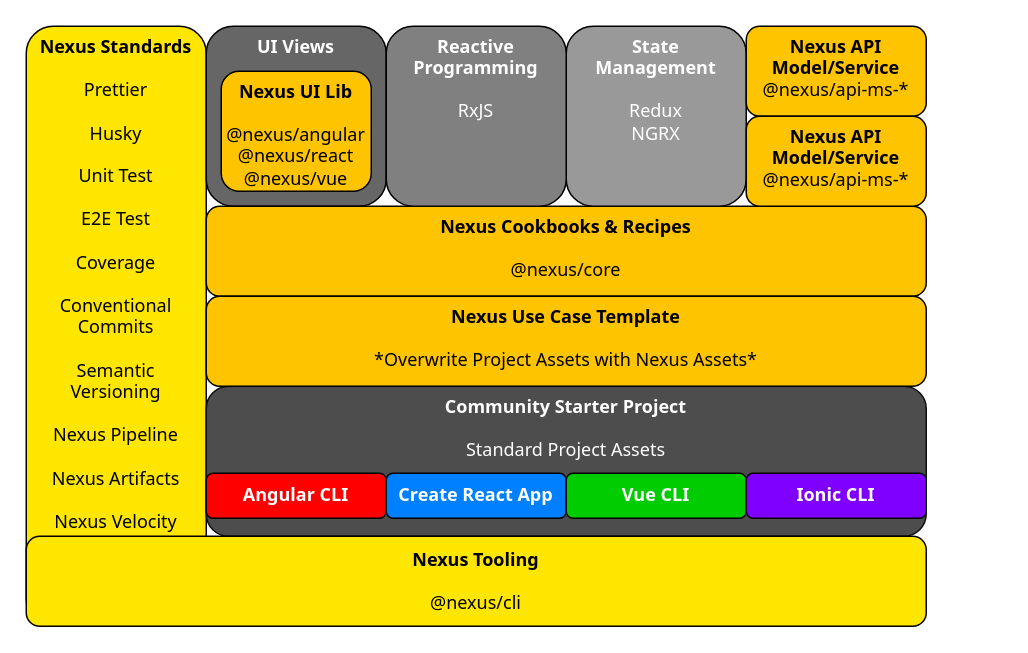
The draw.io diagram Nexus UI Arch.drawio in hikumealan/draw-io-diagrams, before the edit. Source tidied: cells renumbered, new cells numbered last; positions are measured from the earlier drawing's top-left corner, leaving out a move shared by most shapes. Both pictures are drawn from the tidied source at 150%, with x=0, y=0 at pixel (26, 26).
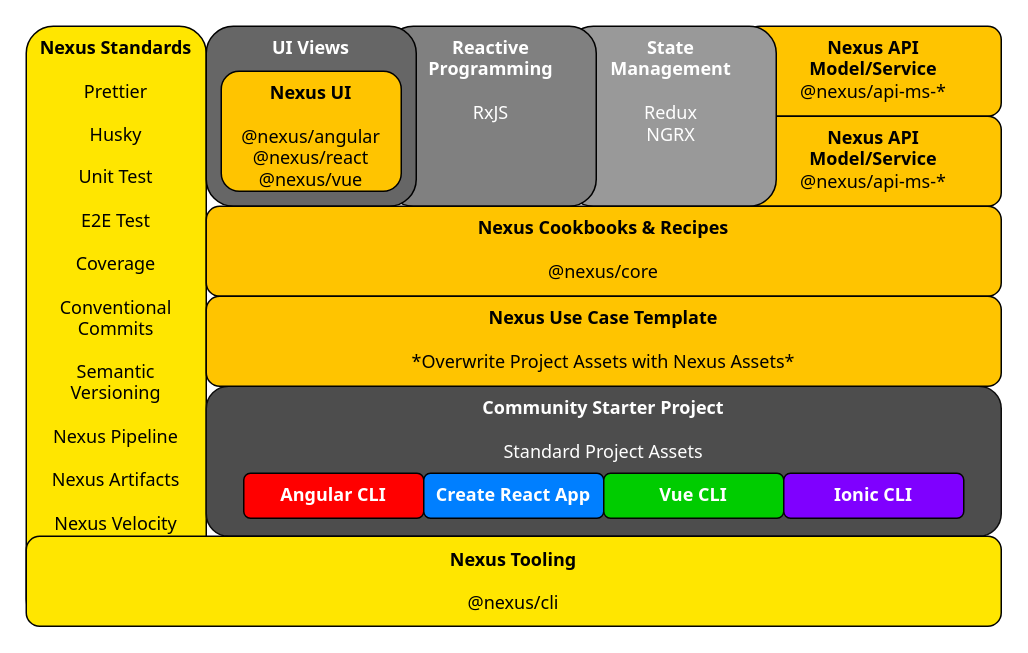
After the change.

Change to the diagram source:
```diff
@@
 <mxGraphModel>
   <root>
     <mxCell id="0" />
     <mxCell id="1" parent="0" />
+    <mxCell id="15" value="&lt;b&gt;Nexus API &lt;br&gt;Model/Service&lt;/b&gt;&lt;br&gt;@nexus/api-ms-*" style="rounded=1;whiteSpace=wrap;html=1;verticalAlign=top;fillColor=#FFC400;fontFamily=Tahoma;spacing=3;" parent="1" vertex="1">
+      <mxGeometry x="480" width="170" height="60" as="geometry" />
+    </mxCell>
+    <mxCell id="16" value="&lt;b&gt;Nexus API &lt;br&gt;Model/Service&lt;/b&gt;&lt;br&gt;@nexus/api-ms-*" style="rounded=1;whiteSpace=wrap;html=1;verticalAlign=top;fillColor=#FFC400;fontFamily=Tahoma;spacing=3;" parent="1" vertex="1">
+      <mxGeometry x="480" y="60" width="170" height="60" as="geometry" />
+    </mxCell>
+    <mxCell id="11" value="&lt;b&gt;State &lt;br&gt;Management&lt;br&gt;&lt;/b&gt;&lt;br&gt;Redux&lt;br&gt;NGRX" style="rounded=1;whiteSpace=wrap;html=1;verticalAlign=top;fontColor=#FFFFFF;fontFamily=Tahoma;fillColor=#999999;spacing=3;" parent="1" vertex="1">
+      <mxGeometry x="360" width="140" height="120" as="geometry" />
+    </mxCell>
+    <mxCell id="12" value="&lt;b&gt;Reactive Programming&lt;/b&gt;&lt;br&gt;&lt;br&gt;RxJS" style="rounded=1;whiteSpace=wrap;html=1;verticalAlign=top;fontColor=#FFFFFF;fontFamily=Tahoma;fillColor=#808080;spacing=3;" parent="1" vertex="1">
+      <mxGeometry x="240" width="140" height="120" as="geometry" />
+    </mxCell>
-    <mxCell id="2" value="&lt;b&gt;Nexus Standards&lt;/b&gt;&lt;br&gt;&lt;br&gt;Prettier&lt;br&gt;&lt;br&gt;Husky&lt;br&gt;&lt;br&gt;Unit Test&lt;br&gt;&lt;br&gt;E2E Test&lt;br&gt;&lt;br&gt;Coverage&lt;br&gt;&lt;br&gt;Conventional Commits&lt;br&gt;&lt;br&gt;Semantic Versioning&lt;br&gt;&lt;br&gt;Nexus Pipeline&lt;br&gt;&lt;br&gt;Nexus Artifacts&lt;br&gt;&lt;br&gt;Nexus Velocity" style="rounded=1;whiteSpace=wrap;html=1;fillColor=#FFE600;fontFamily=Tahoma;verticalAlign=top;spacingLeft=2;spacingRight=2;" parent="1" vertex="1">
+    <mxCell id="2" value="&lt;b&gt;Nexus Standards&lt;/b&gt;&lt;br&gt;&lt;br&gt;Prettier&lt;br&gt;&lt;br&gt;Husky&lt;br&gt;&lt;br&gt;Unit Test&lt;br&gt;&lt;br&gt;E2E Test&lt;br&gt;&lt;br&gt;Coverage&lt;br&gt;&lt;br&gt;Conventional Commits&lt;br&gt;&lt;br&gt;Semantic Versioning&lt;br&gt;&lt;br&gt;Nexus Pipeline&lt;br&gt;&lt;br&gt;Nexus Artifacts&lt;br&gt;&lt;br&gt;Nexus Velocity" style="rounded=1;whiteSpace=wrap;html=1;fillColor=#FFE600;fontFamily=Tahoma;verticalAlign=top;spacingLeft=5;spacingRight=5;spacing=3;" parent="1" vertex="1">
       <mxGeometry width="120" height="400" as="geometry" />
     </mxCell>
-    <mxCell id="3" value="&lt;b&gt;UI Views&lt;/b&gt;&lt;br&gt;&lt;br&gt;" style="rounded=1;whiteSpace=wrap;html=1;verticalAlign=top;fontColor=#FFFFFF;fontFamily=Tahoma;fillColor=#666666;" parent="1" vertex="1">
-      <mxGeometry x="120" width="120" height="120" as="geometry" />
+    <mxCell id="3" value="&lt;b&gt;UI Views&lt;/b&gt;&lt;br&gt;&lt;br&gt;" style="rounded=1;whiteSpace=wrap;html=1;verticalAlign=top;fontColor=#FFFFFF;fontFamily=Tahoma;fillColor=#666666;spacing=3;" parent="1" vertex="1">
+      <mxGeometry x="120" width="140" height="120" as="geometry" />
     </mxCell>
-    <mxCell id="4" value="&lt;b&gt;Community Starter Project&lt;br&gt;&lt;/b&gt;&lt;br&gt;Standard Project Assets" style="rounded=1;whiteSpace=wrap;html=1;verticalAlign=top;strokeColor=#0D0D0D;fontColor=#FFFFFF;fillColor=#4D4D4D;fontFamily=Tahoma;" parent="1" vertex="1">
-      <mxGeometry x="120" y="240" width="480" height="100" as="geometry" />
+    <mxCell id="4" value="&lt;b&gt;Community Starter Project&lt;br&gt;&lt;/b&gt;&lt;br&gt;Standard Project Assets" style="rounded=1;whiteSpace=wrap;html=1;verticalAlign=top;strokeColor=#0D0D0D;fontColor=#FFFFFF;fillColor=#4D4D4D;fontFamily=Tahoma;spacing=3;" parent="1" vertex="1">
+      <mxGeometry x="120" y="240" width="530" height="100" as="geometry" />
     </mxCell>
-    <mxCell id="5" value="&lt;b&gt;Nexus Cookbooks &amp;amp; Recipes&lt;/b&gt;&lt;br&gt;&lt;br&gt;@nexus/core" style="rounded=1;whiteSpace=wrap;html=1;verticalAlign=top;strokeColor=#030201;fillColor=#FFC400;fontFamily=Tahoma;" parent="1" vertex="1">
-      <mxGeometry x="120" y="120" width="480" height="60" as="geometry" />
+    <mxCell id="5" value="&lt;b&gt;Nexus Cookbooks &amp;amp; Recipes&lt;/b&gt;&lt;br&gt;&lt;br&gt;@nexus/core" style="rounded=1;whiteSpace=wrap;html=1;verticalAlign=top;strokeColor=#030201;fillColor=#FFC400;fontFamily=Tahoma;spacing=3;" parent="1" vertex="1">
+      <mxGeometry x="120" y="120" width="530" height="60" as="geometry" />
     </mxCell>
-    <mxCell id="6" value="Angular CLI" style="rounded=1;whiteSpace=wrap;html=1;fontStyle=1;fillColor=#FF0000;fontColor=#FFFFFF;fontFamily=Tahoma;" parent="1" vertex="1">
-      <mxGeometry x="120" y="298" width="120" height="30" as="geometry" />
+    <mxCell id="6" value="Angular CLI" style="rounded=1;whiteSpace=wrap;html=1;fontStyle=1;fillColor=#FF0000;fontColor=#FFFFFF;fontFamily=Tahoma;spacing=3;" parent="1" vertex="1">
+      <mxGeometry x="145" y="298" width="120" height="30" as="geometry" />
     </mxCell>
-    <mxCell id="7" value="Create React App" style="rounded=1;whiteSpace=wrap;html=1;fontStyle=1;fillColor=#007FFF;fontColor=#FFFFFF;fontFamily=Tahoma;" parent="1" vertex="1">
-      <mxGeometry x="240" y="298" width="120" height="30" as="geometry" />
+    <mxCell id="7" value="Create React App" style="rounded=1;whiteSpace=wrap;html=1;fontStyle=1;fillColor=#007FFF;fontColor=#FFFFFF;fontFamily=Tahoma;spacing=3;" parent="1" vertex="1">
+      <mxGeometry x="265" y="298" width="120" height="30" as="geometry" />
     </mxCell>
-    <mxCell id="8" value="Vue CLI" style="rounded=1;whiteSpace=wrap;html=1;fillColor=#00CC00;strokeColor=#040503;fontColor=#FFFFFF;fontStyle=1;fontFamily=Tahoma;" parent="1" vertex="1">
-      <mxGeometry x="360" y="298" width="120" height="30" as="geometry" />
+    <mxCell id="8" value="Vue CLI" style="rounded=1;whiteSpace=wrap;html=1;fillColor=#00CC00;strokeColor=#040503;fontColor=#FFFFFF;fontStyle=1;fontFamily=Tahoma;spacing=3;" parent="1" vertex="1">
+      <mxGeometry x="385" y="298" width="120" height="30" as="geometry" />
     </mxCell>
-    <mxCell id="9" value="Ionic CLI" style="rounded=1;whiteSpace=wrap;html=1;strokeColor=#030303;fontColor=#FFFFFF;fontStyle=1;fontFamily=Tahoma;fillColor=#7F00FF;" parent="1" vertex="1">
-      <mxGeometry x="480" y="298" width="120" height="30" as="geometry" />
+    <mxCell id="9" value="Ionic CLI" style="rounded=1;whiteSpace=wrap;html=1;strokeColor=#030303;fontColor=#FFFFFF;fontStyle=1;fontFamily=Tahoma;fillColor=#7F00FF;spacing=3;" parent="1" vertex="1">
+      <mxGeometry x="505" y="298" width="120" height="30" as="geometry" />
     </mxCell>
-    <mxCell id="10" value="&lt;b&gt;Nexus UI Lib&lt;/b&gt;&lt;br&gt;&lt;br&gt;@nexus/angular&lt;br&gt;@nexus/react&lt;br&gt;@nexus/vue" style="rounded=1;whiteSpace=wrap;html=1;verticalAlign=top;fillColor=#FFC400;fontFamily=Tahoma;" parent="1" vertex="1">
-      <mxGeometry x="130" y="30" width="100" height="80" as="geometry" />
+    <mxCell id="10" value="&lt;b&gt;Nexus UI&lt;/b&gt;&lt;br&gt;&lt;br&gt;@nexus/angular&lt;br&gt;@nexus/react&lt;br&gt;@nexus/vue" style="rounded=1;whiteSpace=wrap;html=1;verticalAlign=top;fillColor=#FFC400;fontFamily=Tahoma;spacing=3;" parent="1" vertex="1">
+      <mxGeometry x="130" y="30" width="120" height="80" as="geometry" />
     </mxCell>
-    <mxCell id="11" value="&lt;b&gt;State &lt;br&gt;Management&lt;br&gt;&lt;/b&gt;&lt;br&gt;Redux&lt;br&gt;NGRX" style="rounded=1;whiteSpace=wrap;html=1;verticalAlign=top;fontColor=#FFFFFF;fontFamily=Tahoma;fillColor=#999999;" parent="1" vertex="1">
-      <mxGeometry x="360" width="120" height="120" as="geometry" />
-    </mxCell>
-    <mxCell id="12" value="&lt;b&gt;Reactive Programming&lt;/b&gt;&lt;br&gt;&lt;br&gt;RxJS" style="rounded=1;whiteSpace=wrap;html=1;verticalAlign=top;fontColor=#FFFFFF;fontFamily=Tahoma;fillColor=#808080;" parent="1" vertex="1">
-      <mxGeometry x="240" width="120" height="120" as="geometry" />
-    </mxCell>
-    <mxCell id="13" value="&lt;b&gt;Nexus Tooling&lt;/b&gt;&lt;br&gt;&lt;br&gt;@nexus/cli" style="rounded=1;whiteSpace=wrap;html=1;fillColor=#ffe600;fontFamily=Tahoma;" parent="1" vertex="1">
-      <mxGeometry y="340" width="600" height="60" as="geometry" />
+    <mxCell id="13" value="&lt;b&gt;Nexus Tooling&lt;/b&gt;&lt;br&gt;&lt;br&gt;@nexus/cli" style="rounded=1;whiteSpace=wrap;html=1;fillColor=#ffe600;fontFamily=Tahoma;spacing=3;" parent="1" vertex="1">
+      <mxGeometry y="340" width="650" height="60" as="geometry" />
     </mxCell>
-    <mxCell id="14" value="&lt;b&gt;Nexus Use Case Template&lt;br&gt;&lt;/b&gt;&lt;br&gt;*Overwrite Project Assets with Nexus Assets*" style="rounded=1;whiteSpace=wrap;html=1;verticalAlign=top;fillColor=#FFC400;fontFamily=Tahoma;" parent="1" vertex="1">
-      <mxGeometry x="120" y="180" width="480" height="60" as="geometry" />
+    <mxCell id="14" value="&lt;b&gt;Nexus Use Case Template&lt;br&gt;&lt;/b&gt;&lt;br&gt;*Overwrite Project Assets with Nexus Assets*" style="rounded=1;whiteSpace=wrap;html=1;verticalAlign=top;fillColor=#FFC400;fontFamily=Tahoma;spacing=3;" parent="1" vertex="1">
+      <mxGeometry x="120" y="180" width="530" height="60" as="geometry" />
     </mxCell>
-    <mxCell id="15" value="&lt;b&gt;Nexus API Model/Service&lt;/b&gt;&lt;br&gt;@nexus/api-ms-*" style="rounded=1;whiteSpace=wrap;html=1;verticalAlign=top;fillColor=#FFC400;fontFamily=Tahoma;" parent="1" vertex="1">
-      <mxGeometry x="480" width="120" height="60" as="geometry" />
-    </mxCell>
-    <mxCell id="16" value="&lt;b&gt;Nexus API Model/Service&lt;/b&gt;&lt;br&gt;@nexus/api-ms-*" style="rounded=1;whiteSpace=wrap;html=1;verticalAlign=top;fillColor=#FFC400;fontFamily=Tahoma;" parent="1" vertex="1">
-      <mxGeometry x="480" y="60" width="120" height="60" as="geometry" />
-    </mxCell>
   </root>
 </mxGraphModel>
```
